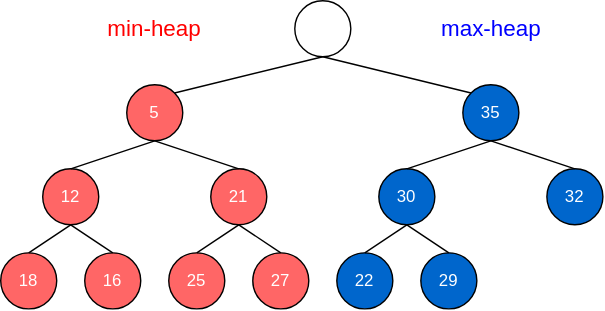
This is DSA/note/deap.drawio.svg from xuese0513/image, a draw.io export, as it was before one commit. Source tidied: cells renumbered, new cells last; positions are measured from the earlier drawing's top-left corner, leaving out a move shared by most shapes.
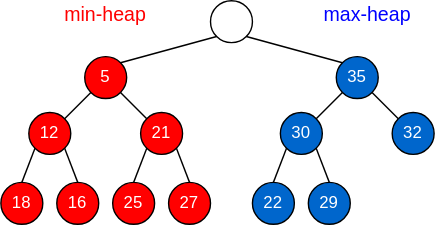
The same diagram one commit later.

Commit message:
deap and min-max heap

The edit, as a diff of the source:
```diff
@@ -3,85 +3,85 @@
     <mxCell id="0" />
     <mxCell id="1" parent="0" />
     <mxCell id="2" style="ellipse;whiteSpace=wrap;html=1;fillColor=#FFFFFF;fontColor=#000000;" parent="1" vertex="1">
-      <mxGeometry x="210" width="40" height="40" as="geometry" />
+      <mxGeometry x="220" y="10" width="30" height="30" as="geometry" />
     </mxCell>
-    <mxCell id="3" value="5" style="ellipse;whiteSpace=wrap;html=1;fillColor=#FF6666;fontColor=#FFFFFF;" parent="1" vertex="1">
-      <mxGeometry x="90" y="60" width="40" height="40" as="geometry" />
+    <mxCell id="3" value="5" style="ellipse;whiteSpace=wrap;html=1;fillColor=#FF0000;fontColor=#FFFFFF;" parent="1" vertex="1">
+      <mxGeometry x="130" y="50" width="30" height="30" as="geometry" />
     </mxCell>
     <mxCell id="4" value="35" style="ellipse;whiteSpace=wrap;html=1;fillColor=#0066CC;fontColor=#FFFFFF;" parent="1" vertex="1">
-      <mxGeometry x="330" y="60" width="40" height="40" as="geometry" />
+      <mxGeometry x="310" y="50" width="30" height="30" as="geometry" />
     </mxCell>
-    <mxCell id="5" value="12" style="ellipse;whiteSpace=wrap;html=1;fillColor=#FF6666;fontColor=#FFFFFF;" parent="1" vertex="1">
-      <mxGeometry x="30" y="120" width="40" height="40" as="geometry" />
+    <mxCell id="5" value="12" style="ellipse;whiteSpace=wrap;html=1;fillColor=#FF0000;fontColor=#FFFFFF;" parent="1" vertex="1">
+      <mxGeometry x="90" y="90" width="30" height="30" as="geometry" />
     </mxCell>
-    <mxCell id="6" value="21" style="ellipse;whiteSpace=wrap;html=1;fillColor=#FF6666;fontColor=#FFFFFF;" parent="1" vertex="1">
-      <mxGeometry x="150" y="120" width="40" height="40" as="geometry" />
+    <mxCell id="6" value="21" style="ellipse;whiteSpace=wrap;html=1;fillColor=#FF0000;fontColor=#FFFFFF;" parent="1" vertex="1">
+      <mxGeometry x="170" y="90" width="30" height="30" as="geometry" />
     </mxCell>
     <mxCell id="7" value="30" style="ellipse;whiteSpace=wrap;html=1;fillColor=#0066CC;fontColor=#FFFFFF;" parent="1" vertex="1">
-      <mxGeometry x="270" y="120" width="40" height="40" as="geometry" />
+      <mxGeometry x="270" y="90" width="30" height="30" as="geometry" />
     </mxCell>
     <mxCell id="8" value="32" style="ellipse;whiteSpace=wrap;html=1;fillColor=#0066CC;fontColor=#FFFFFF;" parent="1" vertex="1">
-      <mxGeometry x="390" y="120" width="40" height="40" as="geometry" />
+      <mxGeometry x="350" y="90" width="30" height="30" as="geometry" />
     </mxCell>
-    <mxCell id="9" value="18" style="ellipse;whiteSpace=wrap;html=1;fillColor=#FF6666;fontColor=#FFFFFF;" parent="1" vertex="1">
-      <mxGeometry y="180" width="40" height="40" as="geometry" />
+    <mxCell id="9" value="18" style="ellipse;whiteSpace=wrap;html=1;fillColor=#FF0000;fontColor=#FFFFFF;" parent="1" vertex="1">
+      <mxGeometry x="70" y="140" width="30" height="30" as="geometry" />
     </mxCell>
-    <mxCell id="10" value="16" style="ellipse;whiteSpace=wrap;html=1;fillColor=#FF6666;fontColor=#FFFFFF;" parent="1" vertex="1">
-      <mxGeometry x="60" y="180" width="40" height="40" as="geometry" />
+    <mxCell id="10" value="16" style="ellipse;whiteSpace=wrap;html=1;fillColor=#FF0000;fontColor=#FFFFFF;" parent="1" vertex="1">
+      <mxGeometry x="110" y="140" width="30" height="30" as="geometry" />
     </mxCell>
-    <mxCell id="11" value="25" style="ellipse;whiteSpace=wrap;html=1;fillColor=#FF6666;fontColor=#FFFFFF;" parent="1" vertex="1">
-      <mxGeometry x="120" y="180" width="40" height="40" as="geometry" />
+    <mxCell id="11" value="25" style="ellipse;whiteSpace=wrap;html=1;fillColor=#FF0000;fontColor=#FFFFFF;" parent="1" vertex="1">
+      <mxGeometry x="150" y="140" width="30" height="30" as="geometry" />
     </mxCell>
-    <mxCell id="12" value="27" style="ellipse;whiteSpace=wrap;html=1;fillColor=#FF6666;fontColor=#FFFFFF;" parent="1" vertex="1">
-      <mxGeometry x="180" y="180" width="40" height="40" as="geometry" />
+    <mxCell id="12" value="27" style="ellipse;whiteSpace=wrap;html=1;fillColor=#FF0000;fontColor=#FFFFFF;" parent="1" vertex="1">
+      <mxGeometry x="190" y="140" width="30" height="30" as="geometry" />
     </mxCell>
     <mxCell id="13" value="22" style="ellipse;whiteSpace=wrap;html=1;fillColor=#0066CC;fontColor=#FFFFFF;" parent="1" vertex="1">
-      <mxGeometry x="240" y="180" width="40" height="40" as="geometry" />
+      <mxGeometry x="250" y="140" width="30" height="30" as="geometry" />
     </mxCell>
     <mxCell id="14" value="29" style="ellipse;whiteSpace=wrap;html=1;fillColor=#0066CC;fontColor=#FFFFFF;" parent="1" vertex="1">
-      <mxGeometry x="300" y="180" width="40" height="40" as="geometry" />
+      <mxGeometry x="290" y="140" width="30" height="30" as="geometry" />
     </mxCell>
-    <mxCell id="15" style="endArrow=none;html=1;entryX=0.5;entryY=0;entryDx=0;entryDy=0;exitX=0.5;exitY=1;exitDx=0;exitDy=0;fontColor=#000000;" parent="1" edge="1" source="5" target="9">
+    <mxCell id="15" style="endArrow=none;html=1;entryX=0.5;entryY=0;entryDx=0;entryDy=0;exitX=0;exitY=1;exitDx=0;exitDy=0;fontColor=#000000;" parent="1" edge="1" source="5" target="9">
       <mxGeometry relative="1" as="geometry" />
     </mxCell>
-    <mxCell id="16" style="endArrow=none;html=1;entryX=0.5;entryY=0;entryDx=0;entryDy=0;exitX=0.5;exitY=1;exitDx=0;exitDy=0;fontColor=#000000;" parent="1" edge="1" source="5" target="10">
+    <mxCell id="16" style="endArrow=none;html=1;entryX=0.5;entryY=0;entryDx=0;entryDy=0;exitX=1;exitY=1;exitDx=0;exitDy=0;fontColor=#000000;" parent="1" edge="1" source="5" target="10">
       <mxGeometry relative="1" as="geometry" />
     </mxCell>
-    <mxCell id="17" style="endArrow=none;html=1;entryX=0.5;entryY=0;entryDx=0;entryDy=0;exitX=0.5;exitY=1;exitDx=0;exitDy=0;fontColor=#000000;" parent="1" edge="1" source="6" target="11">
+    <mxCell id="17" style="endArrow=none;html=1;entryX=0.5;entryY=0;entryDx=0;entryDy=0;exitX=0;exitY=1;exitDx=0;exitDy=0;fontColor=#000000;" parent="1" edge="1" source="6" target="11">
       <mxGeometry relative="1" as="geometry" />
     </mxCell>
-    <mxCell id="18" style="endArrow=none;html=1;entryX=0.5;entryY=0;entryDx=0;entryDy=0;exitX=0.5;exitY=1;exitDx=0;exitDy=0;fontColor=#000000;" parent="1" edge="1" source="6" target="12">
+    <mxCell id="18" style="endArrow=none;html=1;entryX=0.5;entryY=0;entryDx=0;entryDy=0;exitX=1;exitY=1;exitDx=0;exitDy=0;fontColor=#000000;" parent="1" edge="1" source="6" target="12">
       <mxGeometry relative="1" as="geometry" />
     </mxCell>
-    <mxCell id="19" style="endArrow=none;html=1;entryX=0.5;entryY=0;entryDx=0;entryDy=0;exitX=0.5;exitY=1;exitDx=0;exitDy=0;fontColor=#000000;" parent="1" edge="1" source="7" target="13">
+    <mxCell id="19" style="endArrow=none;html=1;entryX=0.5;entryY=0;entryDx=0;entryDy=0;exitX=0;exitY=1;exitDx=0;exitDy=0;fontColor=#000000;" parent="1" edge="1" source="7" target="13">
       <mxGeometry relative="1" as="geometry" />
     </mxCell>
-    <mxCell id="20" style="endArrow=none;html=1;entryX=0.5;entryY=0;entryDx=0;entryDy=0;exitX=0.5;exitY=1;exitDx=0;exitDy=0;fontColor=#000000;" parent="1" edge="1" source="7" target="14">
+    <mxCell id="20" style="endArrow=none;html=1;entryX=0.5;entryY=0;entryDx=0;entryDy=0;exitX=1;exitY=1;exitDx=0;exitDy=0;fontColor=#000000;" parent="1" edge="1" source="7" target="14">
       <mxGeometry relative="1" as="geometry" />
     </mxCell>
-    <mxCell id="21" style="endArrow=none;html=1;entryX=0.5;entryY=0;entryDx=0;entryDy=0;exitX=0.5;exitY=1;exitDx=0;exitDy=0;fontColor=#000000;" parent="1" edge="1" source="4" target="8">
+    <mxCell id="21" style="endArrow=none;html=1;entryX=0;entryY=0;entryDx=0;entryDy=0;exitX=1;exitY=1;exitDx=0;exitDy=0;fontColor=#000000;" parent="1" edge="1" source="4" target="8">
       <mxGeometry relative="1" as="geometry" />
     </mxCell>
-    <mxCell id="22" style="endArrow=none;html=1;entryX=0.5;entryY=0;entryDx=0;entryDy=0;exitX=0.5;exitY=1;exitDx=0;exitDy=0;fontColor=#000000;" parent="1" edge="1" source="4" target="7">
+    <mxCell id="22" style="endArrow=none;html=1;entryX=1;entryY=0;entryDx=0;entryDy=0;exitX=0;exitY=1;exitDx=0;exitDy=0;fontColor=#000000;" parent="1" edge="1" source="4" target="7">
       <mxGeometry relative="1" as="geometry" />
     </mxCell>
-    <mxCell id="23" style="endArrow=none;html=1;entryX=0.5;entryY=0;entryDx=0;entryDy=0;exitX=0.5;exitY=1;exitDx=0;exitDy=0;fontColor=#000000;" parent="1" edge="1" source="3" target="5">
+    <mxCell id="23" style="endArrow=none;html=1;entryX=1;entryY=0;entryDx=0;entryDy=0;exitX=0;exitY=1;exitDx=0;exitDy=0;fontColor=#000000;" parent="1" edge="1" source="3" target="5">
       <mxGeometry relative="1" as="geometry" />
     </mxCell>
-    <mxCell id="24" style="endArrow=none;html=1;entryX=0.5;entryY=0;entryDx=0;entryDy=0;exitX=0.5;exitY=1;exitDx=0;exitDy=0;fontColor=#000000;" parent="1" edge="1" source="3" target="6">
+    <mxCell id="24" style="endArrow=none;html=1;entryX=0;entryY=0;entryDx=0;entryDy=0;exitX=1;exitY=1;exitDx=0;exitDy=0;fontColor=#000000;" parent="1" edge="1" source="3" target="6">
       <mxGeometry relative="1" as="geometry" />
     </mxCell>
-    <mxCell id="25" style="endArrow=none;html=1;entryX=1;entryY=0;entryDx=0;entryDy=0;exitX=0.5;exitY=1;exitDx=0;exitDy=0;fontColor=#000000;" parent="1" edge="1" source="2" target="3">
+    <mxCell id="25" style="endArrow=none;html=1;entryX=1;entryY=0;entryDx=0;entryDy=0;exitX=0;exitY=1;exitDx=0;exitDy=0;fontColor=#000000;" parent="1" edge="1" source="2" target="3">
       <mxGeometry relative="1" as="geometry" />
     </mxCell>
-    <mxCell id="26" style="endArrow=none;html=1;entryX=0;entryY=0;entryDx=0;entryDy=0;exitX=0.5;exitY=1;exitDx=0;exitDy=0;fontColor=#000000;" parent="1" edge="1" source="2" target="4">
+    <mxCell id="26" style="endArrow=none;html=1;entryX=0;entryY=0;entryDx=0;entryDy=0;exitX=1;exitY=1;exitDx=0;exitDy=0;fontColor=#000000;" parent="1" edge="1" source="2" target="4">
       <mxGeometry relative="1" as="geometry" />
     </mxCell>
-    <mxCell id="27" value="min-heap" style="text;html=1;strokeColor=none;fillColor=default;align=center;verticalAlign=middle;whiteSpace=wrap;rounded=0;fontColor=#FF0000;fontSize=16;" parent="1" vertex="1">
-      <mxGeometry x="75" y="10" width="70" height="20" as="geometry" />
+    <mxCell id="27" value="min-heap" style="text;html=1;strokeColor=none;fillColor=default;align=center;verticalAlign=middle;whiteSpace=wrap;rounded=0;fontColor=#FF0000;fontSize=14;" parent="1" vertex="1">
+      <mxGeometry x="110" y="10" width="70" height="20" as="geometry" />
     </mxCell>
-    <mxCell id="28" value="max-heap" style="text;html=1;strokeColor=none;fillColor=none;align=center;verticalAlign=middle;whiteSpace=wrap;rounded=0;fontColor=#0000FF;fontSize=16;" parent="1" vertex="1">
-      <mxGeometry x="307.5" y="10" width="85" height="20" as="geometry" />
+    <mxCell id="28" value="max-heap" style="text;html=1;strokeColor=none;fillColor=none;align=center;verticalAlign=middle;whiteSpace=wrap;rounded=0;fontColor=#0000FF;fontSize=14;" parent="1" vertex="1">
+      <mxGeometry x="290" y="10" width="85" height="20" as="geometry" />
     </mxCell>
   </root>
 </mxGraphModel>
```
